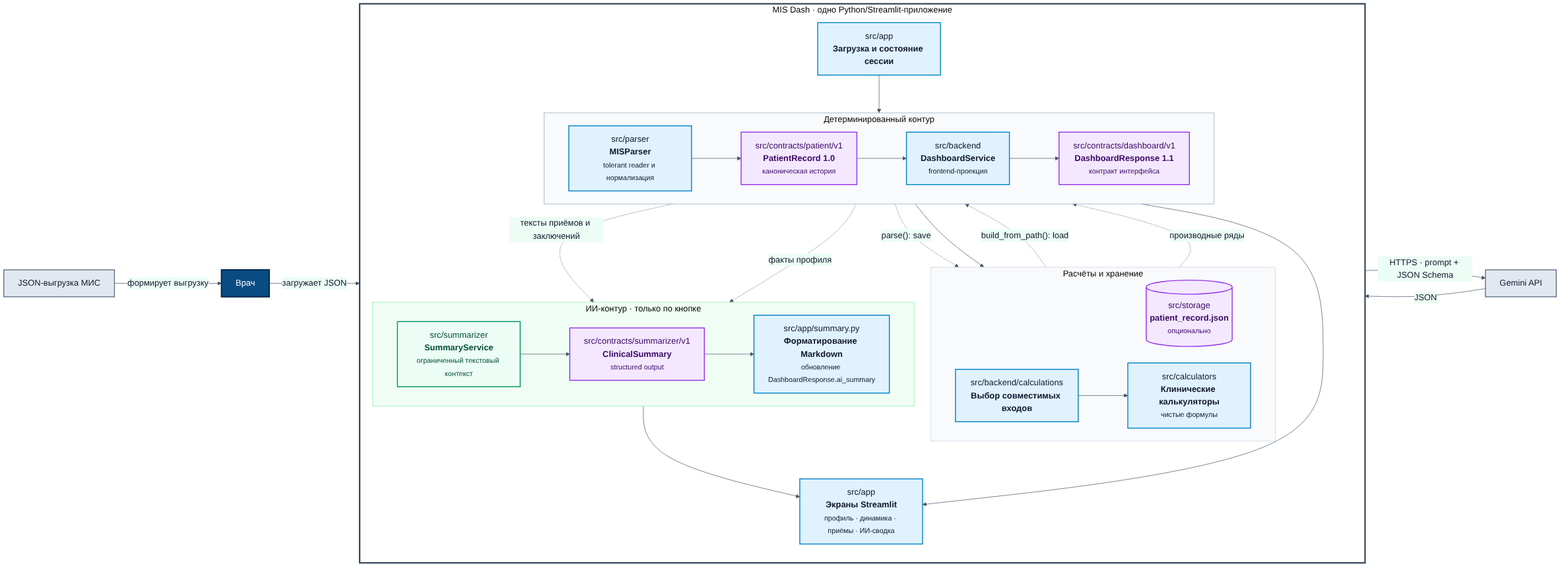
Before: docs/diagrams/rendered/system-architecture.png, a diagram exported from Mermaid (rsul07/MISDash). Its source is kept beside it as docs/diagrams/src/system-architecture.mmd.
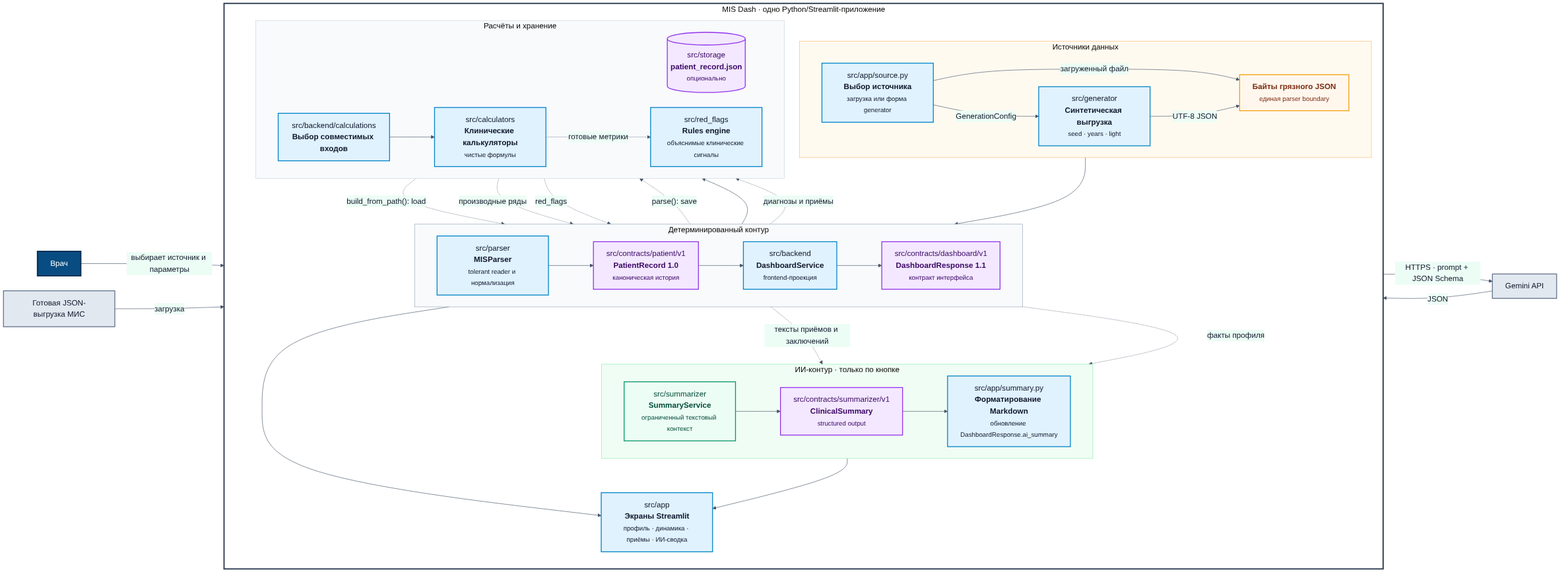
The same file after the commit.

Change to the diagram source:
```diff
@@ -1,12 +1,21 @@
 flowchart LR
     doctor["Врач"]
-    mis["JSON-выгрузка МИС"]
+    mis["Готовая JSON-выгрузка МИС"]
     gemini["Gemini API"]
 
     subgraph system["MIS Dash · одно Python/Streamlit-приложение"]
         direction TB
 
-        upload["src/app<br/><b>Загрузка и состояние сессии</b>"]
+        subgraph sources["Источники данных"]
+            direction LR
+            source["src/app/source.py<br/><b>Выбор источника</b><br/><small>загрузка или форма generator</small>"]
+            generator["src/generator<br/><b>Синтетическая выгрузка</b><br/><small>seed · years · light</small>"]
+            raw["<b>Байты грязного JSON</b><br/><small>единая parser boundary</small>"]
+
+            source -->|"загруженный файл"| raw
+            source -->|"GenerationConfig"| generator
+            generator -->|"UTF-8 JSON"| raw
+        end
 
         subgraph deterministic["Детерминированный контур"]
             direction LR
@@ -23,6 +32,7 @@
             storage[("src/storage<br/><b>patient_record.json</b><br/><small>опционально</small>")]
             selection["src/backend/calculations<br/><b>Выбор совместимых входов</b>"]
             calculators["src/calculators<br/><b>Клинические калькуляторы</b><br/><small>чистые формулы</small>"]
+            rules["src/red_flags<br/><b>Rules engine</b><br/><small>объяснимые клинические сигналы</small>"]
             selection --> calculators
         end
 
@@ -36,19 +46,22 @@
 
         views["src/app<br/><b>Экраны Streamlit</b><br/><small>профиль · динамика · приёмы · ИИ-сводка</small>"]
 
-        upload --> parser
+        raw --> parser
         record -. "parse(): save" .-> storage
         storage -. "build_from_path(): load" .-> backend
         backend --> selection
         calculators -. "производные ряды" .-> response
+        calculators -. "готовые метрики" .-> rules
+        record -. "диагнозы и приёмы" .-> rules
+        rules -. "red_flags" .-> response
         record -. "тексты приёмов и заключений" .-> summary
         response -. "факты профиля" .-> summary
         response --> views
         summary_ui --> views
     end
 
-    mis -->|"формирует выгрузку"| doctor
-    doctor -->|"загружает JSON"| upload
+    doctor -->|"выбирает источник и параметры"| source
+    mis -->|"загрузка"| source
     summary -->|"HTTPS · prompt + JSON Schema"| gemini
     gemini -->|"JSON"| summary
 
@@ -56,13 +69,16 @@
     classDef module fill:#e0f2fe,stroke:#0284c7,color:#0f172a,stroke-width:2px;
     classDef contract fill:#f3e8ff,stroke:#9333ea,color:#3b0764,stroke-width:2px;
     classDef ai fill:#ecfdf5,stroke:#059669,color:#064e3b,stroke-width:2px;
+    classDef data fill:#fff7ed,stroke:#f59e0b,color:#7c2d12,stroke-width:2px;
     classDef external fill:#e2e8f0,stroke:#64748b,color:#0f172a,stroke-width:2px;
     class doctor person;
-    class upload,views,summary_ui,parser,backend,selection,calculators module;
+    class source,generator,views,summary_ui,parser,backend,selection,calculators,rules module;
+    class raw data;
     class record,response,storage,clinical contract;
     class summary ai;
     class mis,gemini external;
     style deterministic fill:#f8fafc,stroke:#94a3b8,stroke-width:1px
     style enrichment fill:#f8fafc,stroke:#cbd5e1,stroke-width:1px
     style narrative fill:#f0fdf4,stroke:#86efac,stroke-width:1px
+    style sources fill:#fffaf0,stroke:#fdba74,stroke-width:1px
     style system fill:#ffffff,stroke:#334155,stroke-width:3px
```
